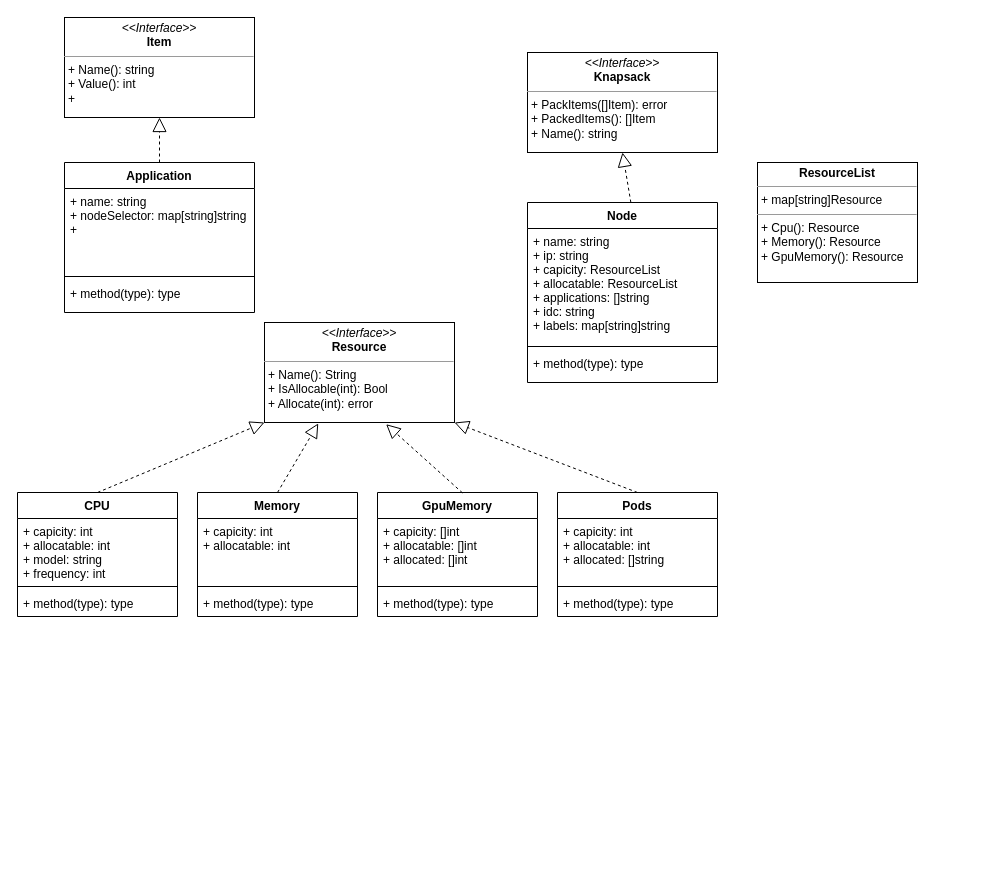
Earlier version of the draw.io diagram page "Page-1" (1 of 2) of OptimalCompositeDeploy.drawio (Mr-lixh/diagrams). Source tidied: cells renumbered, new cells numbered last; positions are measured from the earlier drawing's top-left corner, leaving out a move shared by most shapes. Both pictures are drawn from the tidied source at 100%, with x=0, y=0 at pixel (17, 17).
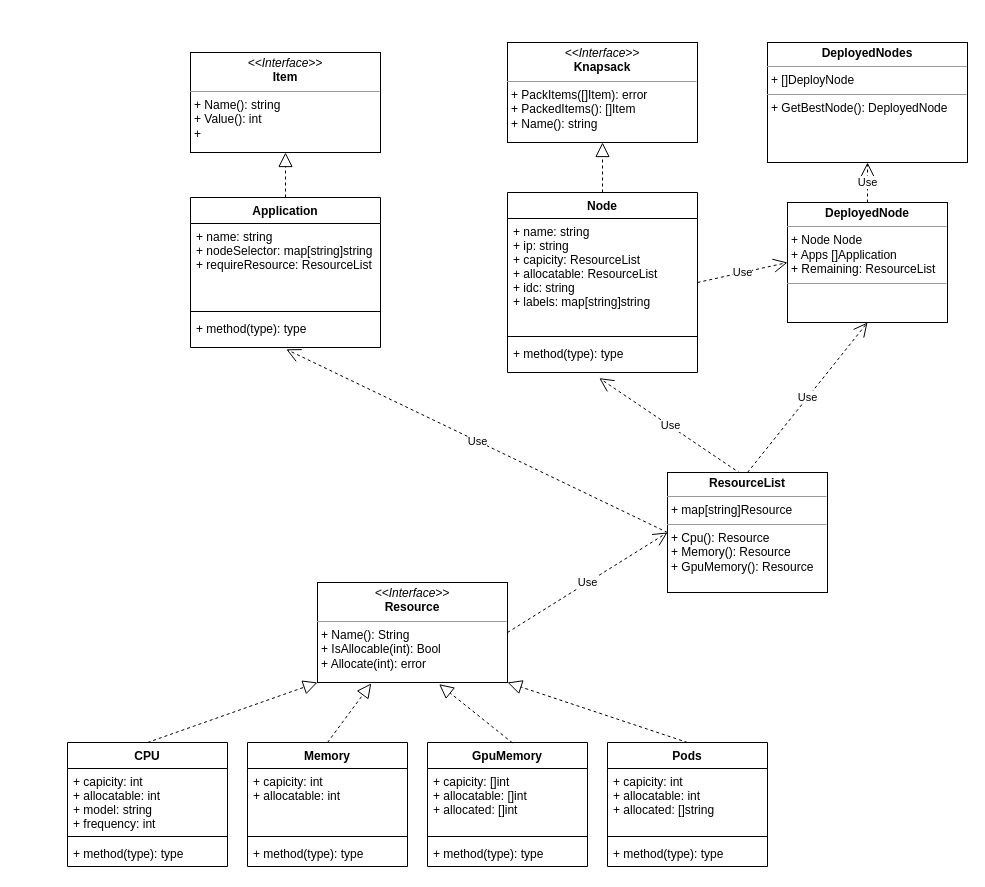
The same page after the edit.

The change refers to these unchanged cells:
```xml
<mxCell id="27" value="+ method(type): type" style="text;strokeColor=none;fillColor=none;align=left;verticalAlign=top;spacingLeft=4;spacingRight=4;overflow=hidden;points=[[0,0.5],[1,0.5]];portConstraint=eastwest;" parent="24" vertex="1">
  <mxGeometry y="148" width="190" height="32" as="geometry" />
</mxCell>
<mxCell id="33" value="+ method(type): type" style="text;strokeColor=none;fillColor=none;align=left;verticalAlign=top;spacingLeft=4;spacingRight=4;overflow=hidden;points=[[0,0.5],[1,0.5]];portConstraint=eastwest;" parent="30" vertex="1">
  <mxGeometry y="118" width="190" height="32" as="geometry" />
</mxCell>
```

Change to the diagram source:
```diff
@@
     <mxCell id="2" value="&lt;p style=&quot;margin: 0px ; margin-top: 4px ; text-align: center&quot;&gt;&lt;i&gt;&amp;lt;&amp;lt;Interface&amp;gt;&amp;gt;&lt;/i&gt;&lt;br&gt;&lt;b&gt;Resource&lt;/b&gt;&lt;/p&gt;&lt;hr size=&quot;1&quot;&gt;&lt;p style=&quot;margin: 0px ; margin-left: 4px&quot;&gt;+ Name(): String&lt;br&gt;+ IsAllocable(int): Bool&lt;/p&gt;&lt;p style=&quot;margin: 0px ; margin-left: 4px&quot;&gt;+ Allocate(int): error&lt;/p&gt;" style="verticalAlign=top;align=left;overflow=fill;fontSize=12;fontFamily=Helvetica;html=1;" parent="1" vertex="1">
-      <mxGeometry x="247" y="305" width="190" height="100" as="geometry" />
+      <mxGeometry x="300" y="565" width="190" height="100" as="geometry" />
     </mxCell>
@@
     <mxCell id="4" value="CPU" style="swimlane;fontStyle=1;align=center;verticalAlign=top;horizontal=1;startSize=26;" parent="1" vertex="1">
-      <mxGeometry y="475" width="160" height="124" as="geometry" />
+      <mxGeometry x="50" y="725" width="160" height="124" as="geometry" />
     </mxCell>
@@
     <mxCell id="8" value="Memory" style="swimlane;fontStyle=1;align=center;verticalAlign=top;horizontal=1;startSize=26;" parent="1" vertex="1">
-      <mxGeometry x="180" y="475" width="160" height="124" as="geometry" />
+      <mxGeometry x="230" y="725" width="160" height="124" as="geometry" />
     </mxCell>
@@
     <mxCell id="13" value="GpuMemory" style="swimlane;fontStyle=1;align=center;verticalAlign=top;horizontal=1;startSize=26;" parent="1" vertex="1">
-      <mxGeometry x="360" y="475" width="160" height="124" as="geometry" />
+      <mxGeometry x="410" y="725" width="160" height="124" as="geometry" />
     </mxCell>
@@
     <mxCell id="18" value="Pods" style="swimlane;fontStyle=1;align=center;verticalAlign=top;horizontal=1;startSize=26;" parent="1" vertex="1">
-      <mxGeometry x="540" y="475" width="160" height="124" as="geometry" />
+      <mxGeometry x="590" y="725" width="160" height="124" as="geometry" />
     </mxCell>
@@
     <mxCell id="23" value="&lt;p style=&quot;margin: 0px ; margin-top: 4px ; text-align: center&quot;&gt;&lt;i&gt;&amp;lt;&amp;lt;Interface&amp;gt;&amp;gt;&lt;/i&gt;&lt;br&gt;&lt;b&gt;Knapsack&lt;/b&gt;&lt;/p&gt;&lt;hr size=&quot;1&quot;&gt;&lt;p style=&quot;margin: 0px ; margin-left: 4px&quot;&gt;+ PackItems([]Item): error&lt;br&gt;&lt;/p&gt;&lt;p style=&quot;margin: 0px ; margin-left: 4px&quot;&gt;+ PackedItems(): []Item&lt;/p&gt;&lt;p style=&quot;margin: 0px ; margin-left: 4px&quot;&gt;+ Name(): string&lt;/p&gt;" style="verticalAlign=top;align=left;overflow=fill;fontSize=12;fontFamily=Helvetica;html=1;" parent="1" vertex="1">
-      <mxGeometry x="510" y="35" width="190" height="100" as="geometry" />
+      <mxGeometry x="490" y="25" width="190" height="100" as="geometry" />
     </mxCell>
     <mxCell id="24" value="Node" style="swimlane;fontStyle=1;align=center;verticalAlign=top;horizontal=1;startSize=26;" parent="1" vertex="1">
-      <mxGeometry x="510" y="185" width="190" height="180" as="geometry" />
+      <mxGeometry x="490" y="175" width="190" height="180" as="geometry" />
     </mxCell>
-    <mxCell id="25" value="+ name: string&#10;+ ip: string&#10;+ capicity: ResourceList&#10;+ allocatable: ResourceList&#10;+ applications: []string&#10;+ idc: string&#10;+ labels: map[string]string" style="text;strokeColor=none;fillColor=none;align=left;verticalAlign=top;spacingLeft=4;spacingRight=4;overflow=hidden;" parent="24" vertex="1">
+    <mxCell id="25" value="+ name: string&#10;+ ip: string&#10;+ capicity: ResourceList&#10;+ allocatable: ResourceList&#10;+ idc: string&#10;+ labels: map[string]string" style="text;strokeColor=none;fillColor=none;align=left;verticalAlign=top;spacingLeft=4;spacingRight=4;overflow=hidden;" parent="24" vertex="1">
       <mxGeometry y="26" width="190" height="114" as="geometry" />
     </mxCell>
@@
-    <mxCell id="28" style="endArrow=block;dashed=1;endFill=0;endSize=12;html=1;rounded=0;exitX=0.544;exitY=0;exitDx=0;exitDy=0;entryX=0.5;entryY=1;entryDx=0;entryDy=0;exitPerimeter=0;" parent="1" edge="1" source="24" target="23">
+    <mxCell id="28" style="endArrow=block;dashed=1;endFill=0;endSize=12;html=1;rounded=0;exitX=0.5;exitY=0;exitDx=0;exitDy=0;entryX=0.5;entryY=1;entryDx=0;entryDy=0;" parent="1" edge="1" source="24" target="23">
       <mxGeometry relative="1" as="geometry" />
     </mxCell>
     <mxCell id="29" value="&lt;p style=&quot;margin: 0px ; margin-top: 4px ; text-align: center&quot;&gt;&lt;i&gt;&amp;lt;&amp;lt;Interface&amp;gt;&amp;gt;&lt;/i&gt;&lt;br&gt;&lt;b&gt;Item&lt;/b&gt;&lt;/p&gt;&lt;hr size=&quot;1&quot;&gt;&lt;p style=&quot;margin: 0px ; margin-left: 4px&quot;&gt;+ Name(): string&lt;br&gt;&lt;/p&gt;&lt;p style=&quot;margin: 0px ; margin-left: 4px&quot;&gt;+ Value(): int&lt;/p&gt;&lt;p style=&quot;margin: 0px ; margin-left: 4px&quot;&gt;+&amp;nbsp;&lt;/p&gt;" style="verticalAlign=top;align=left;overflow=fill;fontSize=12;fontFamily=Helvetica;html=1;" parent="1" vertex="1">
-      <mxGeometry x="47" width="190" height="100" as="geometry" />
+      <mxGeometry x="173" y="35" width="190" height="100" as="geometry" />
     </mxCell>
     <mxCell id="30" value="Application" style="swimlane;fontStyle=1;align=center;verticalAlign=top;horizontal=1;startSize=26;" parent="1" vertex="1">
-      <mxGeometry x="47" y="145" width="190" height="150" as="geometry" />
+      <mxGeometry x="173" y="180" width="190" height="150" as="geometry" />
     </mxCell>
-    <mxCell id="31" value="+ name: string&#10;+ nodeSelector: map[string]string&#10;+ " style="text;strokeColor=none;fillColor=none;align=left;verticalAlign=top;spacingLeft=4;spacingRight=4;overflow=hidden;" parent="30" vertex="1">
+    <mxCell id="31" value="+ name: string&#10;+ nodeSelector: map[string]string&#10;+ requireResource: ResourceList" style="text;strokeColor=none;fillColor=none;align=left;verticalAlign=top;spacingLeft=4;spacingRight=4;overflow=hidden;" parent="30" vertex="1">
       <mxGeometry y="26" width="190" height="84" as="geometry" />
     </mxCell>
@@
+    <mxCell id="36" value="&lt;p style=&quot;margin: 0px ; margin-top: 4px ; text-align: center&quot;&gt;&lt;b&gt;DeployedNode&lt;/b&gt;&lt;/p&gt;&lt;hr size=&quot;1&quot;&gt;&lt;p style=&quot;margin: 0px ; margin-left: 4px&quot;&gt;+ Node Node&lt;/p&gt;&lt;p style=&quot;margin: 0px ; margin-left: 4px&quot;&gt;+ Apps []Application&lt;/p&gt;&lt;p style=&quot;margin: 0px ; margin-left: 4px&quot;&gt;+ Remaining: ResourceList&lt;/p&gt;&lt;hr size=&quot;1&quot;&gt;&lt;p style=&quot;margin: 0px ; margin-left: 4px&quot;&gt;&lt;br&gt;&lt;/p&gt;" style="verticalAlign=top;align=left;overflow=fill;fontSize=12;fontFamily=Helvetica;html=1;" parent="1" vertex="1">
+      <mxGeometry x="770" y="185" width="160" height="120" as="geometry" />
+    </mxCell>
+    <mxCell id="37" value="Use" style="endArrow=open;endSize=12;dashed=1;html=1;rounded=0;entryX=0.5;entryY=1;entryDx=0;entryDy=0;exitX=0.5;exitY=0;exitDx=0;exitDy=0;" parent="1" edge="1" source="35" target="36">
+      <mxGeometry relative="1" as="geometry" />
+    </mxCell>
+    <mxCell id="38" value="Use" style="endArrow=open;endSize=12;dashed=1;html=1;rounded=0;entryX=0.483;entryY=1.176;entryDx=0;entryDy=0;entryPerimeter=0;exitX=0.456;exitY=0.008;exitDx=0;exitDy=0;exitPerimeter=0;" parent="1" edge="1" source="35" target="27">
+      <mxGeometry relative="1" as="geometry" />
+    </mxCell>
+    <mxCell id="39" value="Use" style="endArrow=open;endSize=12;dashed=1;html=1;rounded=0;entryX=0;entryY=0.5;entryDx=0;entryDy=0;" parent="1" edge="1" target="36">
+      <mxGeometry relative="1" as="geometry">
+        <mxPoint x="680" y="265" as="sourcePoint" />
+      </mxGeometry>
+    </mxCell>
+    <mxCell id="40" value="Use" style="endArrow=open;endSize=12;dashed=1;html=1;rounded=0;entryX=0;entryY=0.5;entryDx=0;entryDy=0;exitX=1;exitY=0.5;exitDx=0;exitDy=0;" parent="1" edge="1" source="2" target="35">
+      <mxGeometry relative="1" as="geometry" />
+    </mxCell>
+    <mxCell id="41" value="&lt;p style=&quot;margin: 0px ; margin-top: 4px ; text-align: center&quot;&gt;&lt;b&gt;DeployedNodes&lt;/b&gt;&lt;/p&gt;&lt;hr size=&quot;1&quot;&gt;&lt;p style=&quot;margin: 0px ; margin-left: 4px&quot;&gt;+ []DeployNode&lt;/p&gt;&lt;hr size=&quot;1&quot;&gt;&lt;p style=&quot;margin: 0px ; margin-left: 4px&quot;&gt;+ GetBestNode(): DeployedNode&lt;/p&gt;" style="verticalAlign=top;align=left;overflow=fill;fontSize=12;fontFamily=Helvetica;html=1;" parent="1" vertex="1">
+      <mxGeometry x="750" y="25" width="200" height="120" as="geometry" />
+    </mxCell>
+    <mxCell id="42" value="Use" style="endArrow=open;endSize=12;dashed=1;html=1;rounded=0;entryX=0.5;entryY=1;entryDx=0;entryDy=0;exitX=0.5;exitY=0;exitDx=0;exitDy=0;" parent="1" edge="1" source="36" target="41">
+      <mxGeometry relative="1" as="geometry" />
+    </mxCell>
+    <mxCell id="43" value="Use" style="endArrow=open;endSize=12;dashed=1;html=1;rounded=0;entryX=0.504;entryY=1.057;entryDx=0;entryDy=0;entryPerimeter=0;startArrow=none;exitX=0;exitY=0.5;exitDx=0;exitDy=0;" parent="1" edge="1" source="35" target="33">
+      <mxGeometry relative="1" as="geometry" />
+    </mxCell>
     <mxCell id="35" value="&lt;p style=&quot;margin: 0px ; margin-top: 4px ; text-align: center&quot;&gt;&lt;b&gt;ResourceList&lt;/b&gt;&lt;/p&gt;&lt;hr size=&quot;1&quot;&gt;&lt;p style=&quot;margin: 0px ; margin-left: 4px&quot;&gt;+ map[string]Resource&lt;/p&gt;&lt;hr size=&quot;1&quot;&gt;&lt;p style=&quot;margin: 0px ; margin-left: 4px&quot;&gt;+ Cpu(): Resource&lt;/p&gt;&lt;p style=&quot;margin: 0px ; margin-left: 4px&quot;&gt;+ Memory(): Resource&lt;/p&gt;&lt;p style=&quot;margin: 0px ; margin-left: 4px&quot;&gt;+ GpuMemory(): Resource&lt;/p&gt;" style="verticalAlign=top;align=left;overflow=fill;fontSize=12;fontFamily=Helvetica;html=1;" parent="1" vertex="1">
-      <mxGeometry x="740" y="145" width="160" height="120" as="geometry" />
+      <mxGeometry x="650" y="455" width="160" height="120" as="geometry" />
     </mxCell>
```
